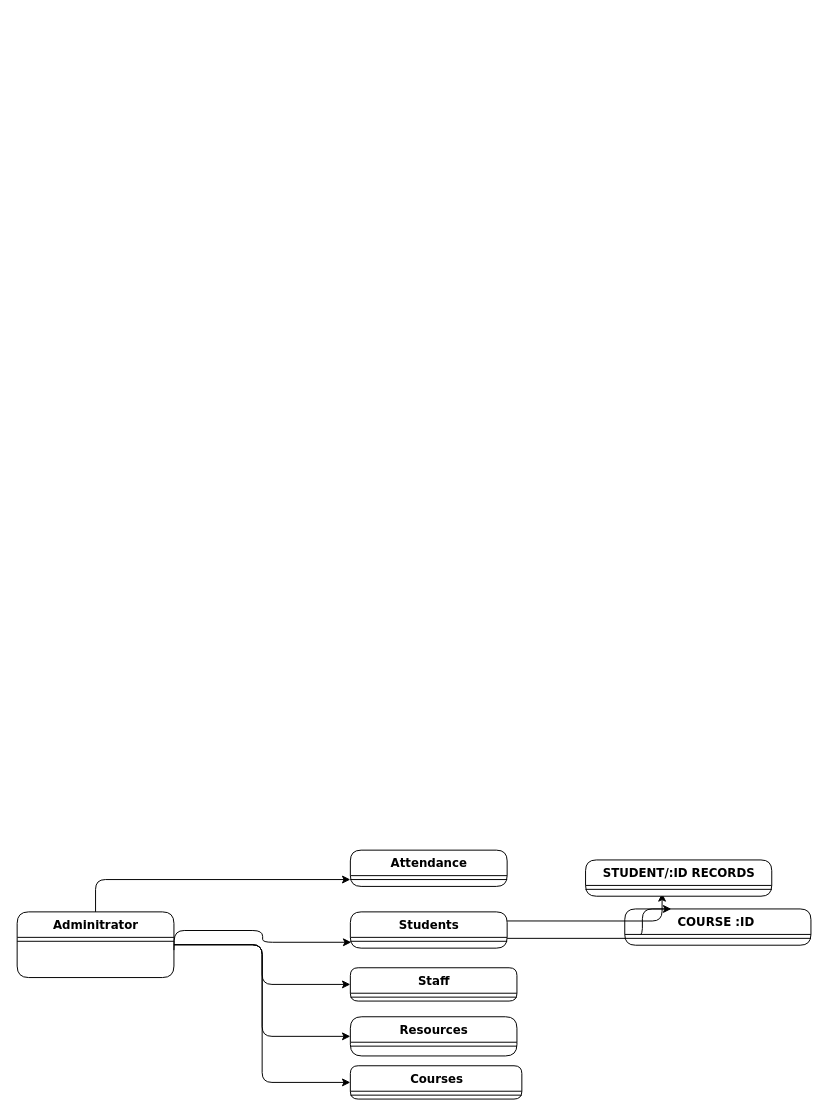
Above: extra/Untitled Diagram.drawio in Laxman67/SchoolCool (draw.io), before the change. Source tidied: cells renumbered, new cells numbered last; positions are measured from the earlier drawing's top-left corner, leaving out a move shared by most shapes. Both pictures are drawn from the tidied source at 98%, with x=0, y=0 at pixel (17, 850).
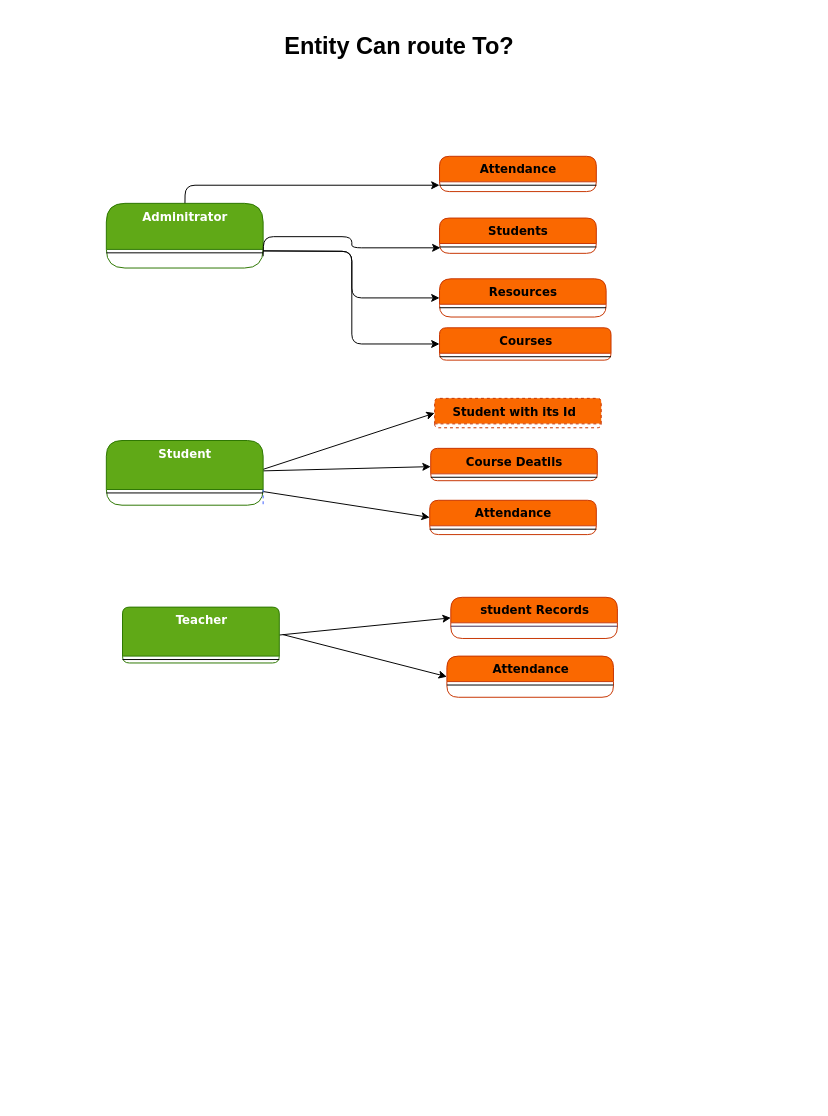
The same page after the edit.

What changed in the source:
```diff
@@
-    <mxCell id="2" style="edgeStyle=orthogonalEdgeStyle;rounded=1;jettySize=auto;html=1;entryX=0;entryY=0.5;entryDx=0;entryDy=0;" parent="1" edge="1" source="4" target="17">
-      <mxGeometry relative="1" as="geometry" />
+    <mxCell id="2" style="edgeStyle=orthogonalEdgeStyle;rounded=1;jettySize=auto;html=1;entryX=0;entryY=0.5;entryDx=0;entryDy=0;" parent="1" edge="1" target="17">
+      <mxGeometry relative="1" as="geometry">
+        <mxPoint x="251" y="-611.5" as="sourcePoint" />
+      </mxGeometry>
     </mxCell>
-    <mxCell id="3" style="edgeStyle=orthogonalEdgeStyle;rounded=1;jettySize=auto;html=1;" parent="1" edge="1" source="4" target="20">
-      <mxGeometry relative="1" as="geometry" />
+    <mxCell id="3" style="edgeStyle=orthogonalEdgeStyle;rounded=1;jettySize=auto;html=1;" parent="1" edge="1" target="20">
+      <mxGeometry relative="1" as="geometry">
+        <mxPoint x="171" y="-645" as="sourcePoint" />
+      </mxGeometry>
     </mxCell>
-    <mxCell id="4" value="Adminitrator" style="swimlane;html=1;fontStyle=1;align=center;verticalAlign=top;horizontal=1;startSize=26;swimlaneFillColor=#ffffff;rounded=1;shadow=0;comic=0;labelBackgroundColor=none;strokeWidth=1;fillColor=none;fontFamily=Verdana;fontSize=12;" parent="1" vertex="1">
-      <mxGeometry y="63" width="160" height="67" as="geometry" />
+    <mxCell id="4" value="Adminitrator" style="swimlane;html=1;fontStyle=1;align=center;verticalAlign=top;horizontal=1;startSize=47;swimlaneFillColor=#ffffff;rounded=1;shadow=0;comic=0;labelBackgroundColor=none;strokeWidth=1;fillColor=#60a917;fontFamily=Verdana;fontSize=12;fontColor=#ffffff;strokeColor=#2D7600;" parent="1" vertex="1">
+      <mxGeometry x="91" y="-660" width="160" height="66" as="geometry" />
     </mxCell>
     <mxCell id="5" style="line;html=1;strokeWidth=1;fillColor=none;align=left;verticalAlign=middle;spacingTop=-1;spacingLeft=3;spacingRight=3;labelPosition=right;rounded=1;" parent="4" vertex="1">
-      <mxGeometry y="26" width="160" height="8" as="geometry" />
+      <mxGeometry y="47" width="160" height="7" as="geometry" />
     </mxCell>
-    <mxCell id="6" style="edgeStyle=orthogonalEdgeStyle;rounded=1;jettySize=auto;html=1;entryX=0.411;entryY=1;entryDx=0;entryDy=0;entryPerimeter=0;exitX=1;exitY=0.25;exitDx=0;exitDy=0;" parent="1" edge="1" source="8" target="22">
-      <mxGeometry relative="1" as="geometry" />
-    </mxCell>
-    <mxCell id="7" style="edgeStyle=orthogonalEdgeStyle;rounded=1;jettySize=auto;html=1;entryX=0.25;entryY=0;entryDx=0;entryDy=0;" parent="1" edge="1" source="8" target="23">
-      <mxGeometry relative="1" as="geometry">
-        <Array as="points">
-          <mxPoint x="638" y="90" />
-        </Array>
-      </mxGeometry>
-    </mxCell>
-    <mxCell id="8" value="Students" style="swimlane;html=1;fontStyle=1;align=center;verticalAlign=top;horizontal=1;startSize=26;swimlaneFillColor=#ffffff;rounded=1;shadow=0;comic=0;labelBackgroundColor=none;strokeWidth=1;fillColor=none;fontFamily=Verdana;fontSize=12;" parent="1" vertex="1">
-      <mxGeometry x="340" y="63" width="160" height="37" as="geometry" />
+    <mxCell id="8" value="Students" style="swimlane;html=1;fontStyle=1;align=center;verticalAlign=top;horizontal=1;startSize=26;swimlaneFillColor=#ffffff;rounded=1;shadow=0;comic=0;labelBackgroundColor=none;strokeWidth=1;fillColor=#fa6800;fontFamily=Verdana;fontSize=12;fontColor=#000000;strokeColor=#C73500;" parent="1" vertex="1">
+      <mxGeometry x="431" y="-645" width="160" height="36" as="geometry" />
     </mxCell>
     <mxCell id="9" style="line;html=1;strokeWidth=1;fillColor=none;align=left;verticalAlign=middle;spacingTop=-1;spacingLeft=3;spacingRight=3;labelPosition=right;points=[];portConstraint=eastwest;rounded=1;" parent="8" vertex="1">
-      <mxGeometry y="26" width="160" height="8" as="geometry" />
+      <mxGeometry y="26" width="160" height="7" as="geometry" />
     </mxCell>
-    <mxCell id="10" value="Staff" style="swimlane;html=1;fontStyle=1;align=center;verticalAlign=top;horizontal=1;startSize=26;swimlaneFillColor=#ffffff;rounded=1;shadow=0;comic=0;labelBackgroundColor=none;strokeWidth=1;fillColor=none;fontFamily=Verdana;fontSize=12;" parent="1" vertex="1">
-      <mxGeometry x="340" y="120" width="170" height="34" as="geometry" />
+    <mxCell id="10" value="Student with its Id&lt;span style=&quot;white-space: pre;&quot;&gt;&#9;&lt;/span&gt;" style="swimlane;html=1;fontStyle=1;align=center;verticalAlign=top;horizontal=1;startSize=26;swimlaneFillColor=#ffffff;rounded=1;shadow=0;comic=0;labelBackgroundColor=none;strokeWidth=1;fillColor=#fa6800;fontFamily=Verdana;fontSize=12;fontColor=#000000;strokeColor=#C73500;dashed=1;" parent="1" vertex="1" collapsed="1">
+      <mxGeometry x="426" y="-461" width="170" height="30" as="geometry" />
     </mxCell>
-    <mxCell id="11" style="line;html=1;strokeWidth=1;fillColor=none;align=left;verticalAlign=middle;spacingTop=-1;spacingLeft=3;spacingRight=3;labelPosition=right;rounded=1;" parent="10" vertex="1">
-      <mxGeometry y="26" width="170" height="8" as="geometry" />
-    </mxCell>
     <mxCell id="12" style="edgeStyle=orthogonalEdgeStyle;rounded=1;jettySize=auto;html=1;entryX=0.006;entryY=0.625;entryDx=0;entryDy=0;entryPerimeter=0;" parent="1" edge="1" target="9">
       <mxGeometry relative="1" as="geometry">
-        <mxPoint x="160" y="102" as="sourcePoint" />
+        <mxPoint x="251" y="-606" as="sourcePoint" />
       </mxGeometry>
     </mxCell>
-    <mxCell id="13" value="Resources" style="swimlane;html=1;fontStyle=1;align=center;verticalAlign=top;horizontal=1;startSize=26;swimlaneFillColor=#ffffff;rounded=1;shadow=0;comic=0;labelBackgroundColor=none;strokeWidth=1;fillColor=none;fontFamily=Verdana;fontSize=12;" parent="1" vertex="1">
-      <mxGeometry x="340" y="170" width="170" height="40" as="geometry" />
+    <mxCell id="13" value="Resources" style="swimlane;html=1;fontStyle=1;align=center;verticalAlign=top;horizontal=1;startSize=26;swimlaneFillColor=#ffffff;rounded=1;shadow=0;comic=0;labelBackgroundColor=none;strokeWidth=1;fillColor=#fa6800;fontFamily=Verdana;fontSize=12;fontColor=#000000;strokeColor=#C73500;" parent="1" vertex="1">
+      <mxGeometry x="431" y="-583" width="170" height="39" as="geometry" />
     </mxCell>
     <mxCell id="14" style="line;html=1;strokeWidth=1;fillColor=none;align=left;verticalAlign=middle;spacingTop=-1;spacingLeft=3;spacingRight=3;labelPosition=right;rounded=1;" parent="13" vertex="1">
-      <mxGeometry y="26" width="170" height="8" as="geometry" />
+      <mxGeometry y="26" width="170" height="7" as="geometry" />
     </mxCell>
-    <mxCell id="15" style="edgeStyle=orthogonalEdgeStyle;rounded=1;jettySize=auto;html=1;exitX=1;exitY=0.5;exitDx=0;exitDy=0;" parent="1" edge="1" source="4" target="10">
-      <mxGeometry relative="1" as="geometry" />
-    </mxCell>
-    <mxCell id="16" style="edgeStyle=orthogonalEdgeStyle;rounded=1;jettySize=auto;html=1;entryX=0;entryY=0.5;entryDx=0;entryDy=0;exitX=1;exitY=0.5;exitDx=0;exitDy=0;" parent="1" edge="1" source="4" target="13">
-      <mxGeometry relative="1" as="geometry" />
+    <mxCell id="16" style="edgeStyle=orthogonalEdgeStyle;rounded=1;jettySize=auto;html=1;entryX=0;entryY=0.5;entryDx=0;entryDy=0;exitX=1;exitY=0.5;exitDx=0;exitDy=0;" parent="1" edge="1" target="13">
+      <mxGeometry relative="1" as="geometry">
+        <mxPoint x="251" y="-611.5" as="sourcePoint" />
+      </mxGeometry>
     </mxCell>
-    <mxCell id="17" value="Courses" style="swimlane;html=1;fontStyle=1;align=center;verticalAlign=top;horizontal=1;startSize=26;swimlaneFillColor=#ffffff;rounded=1;shadow=0;comic=0;labelBackgroundColor=none;strokeWidth=1;fillColor=none;fontFamily=Verdana;fontSize=12;" parent="1" vertex="1">
-      <mxGeometry x="340" y="220" width="175" height="34" as="geometry" />
+    <mxCell id="17" value="Courses" style="swimlane;html=1;fontStyle=1;align=center;verticalAlign=top;horizontal=1;startSize=26;swimlaneFillColor=#ffffff;rounded=1;shadow=0;comic=0;labelBackgroundColor=none;strokeWidth=1;fillColor=#fa6800;fontFamily=Verdana;fontSize=12;fontColor=#000000;strokeColor=#C73500;" parent="1" vertex="1">
+      <mxGeometry x="431" y="-533" width="175" height="33" as="geometry" />
     </mxCell>
     <mxCell id="18" style="line;html=1;strokeWidth=1;fillColor=none;align=left;verticalAlign=middle;spacingTop=-1;spacingLeft=3;spacingRight=3;labelPosition=right;rounded=1;" parent="17" vertex="1">
-      <mxGeometry y="26" width="175" height="8" as="geometry" />
+      <mxGeometry y="26" width="175" height="7" as="geometry" />
     </mxCell>
-    <mxCell id="19" value="Attendance" style="swimlane;html=1;fontStyle=1;align=center;verticalAlign=top;horizontal=1;startSize=26;swimlaneFillColor=#ffffff;rounded=1;shadow=0;comic=0;labelBackgroundColor=none;strokeWidth=1;fillColor=none;fontFamily=Verdana;fontSize=12;" parent="1" vertex="1">
-      <mxGeometry x="340" width="160" height="37" as="geometry" />
+    <mxCell id="19" value="Attendance" style="swimlane;html=1;fontStyle=1;align=center;verticalAlign=top;horizontal=1;startSize=26;swimlaneFillColor=#ffffff;rounded=1;shadow=0;comic=0;labelBackgroundColor=none;strokeWidth=1;fillColor=#fa6800;fontFamily=Verdana;fontSize=12;fontColor=#000000;strokeColor=#C73500;" parent="1" vertex="1">
+      <mxGeometry x="431" y="-708" width="160" height="36" as="geometry" />
     </mxCell>
     <mxCell id="20" style="line;html=1;strokeWidth=1;fillColor=none;align=left;verticalAlign=middle;spacingTop=-1;spacingLeft=3;spacingRight=3;labelPosition=right;points=[];portConstraint=eastwest;rounded=1;" parent="19" vertex="1">
-      <mxGeometry y="26" width="160" height="8" as="geometry" />
+      <mxGeometry y="26" width="160" height="7" as="geometry" />
     </mxCell>
-    <mxCell id="21" value="STUDENT/:ID RECORDS" style="swimlane;html=1;fontStyle=1;align=center;verticalAlign=top;horizontal=1;startSize=26;swimlaneFillColor=#ffffff;rounded=1;shadow=0;comic=0;labelBackgroundColor=none;strokeWidth=1;fillColor=none;fontFamily=Verdana;fontSize=12;" parent="1" vertex="1">
-      <mxGeometry x="580" y="10" width="190" height="37" as="geometry" />
-    </mxCell>
-    <mxCell id="22" style="line;html=1;strokeWidth=1;fillColor=none;align=left;verticalAlign=middle;spacingTop=-1;spacingLeft=3;spacingRight=3;labelPosition=right;points=[];portConstraint=eastwest;rounded=1;" parent="21" vertex="1">
-      <mxGeometry y="26" width="190" height="8" as="geometry" />
-    </mxCell>
-    <mxCell id="23" value="COURSE :ID&amp;nbsp;&lt;div&gt;&lt;br&gt;&lt;/div&gt;" style="swimlane;html=1;fontStyle=1;align=center;verticalAlign=top;horizontal=1;startSize=26;swimlaneFillColor=#ffffff;rounded=1;shadow=0;comic=0;labelBackgroundColor=none;strokeWidth=1;fillColor=none;fontFamily=Verdana;fontSize=12;" parent="1" vertex="1">
-      <mxGeometry x="620" y="60" width="190" height="37" as="geometry" />
-    </mxCell>
-    <mxCell id="24" style="line;html=1;strokeWidth=1;fillColor=none;align=left;verticalAlign=middle;spacingTop=-1;spacingLeft=3;spacingRight=3;labelPosition=right;rounded=1;" parent="23" vertex="1">
-      <mxGeometry y="26" width="190" height="8" as="geometry" />
-    </mxCell>
+    <mxCell id="25" style="edgeStyle=none;html=1;entryX=0;entryY=0.5;entryDx=0;entryDy=0;" parent="1" edge="1" target="10">
+      <mxGeometry relative="1" as="geometry">
+        <mxPoint x="242" y="-385.6" as="sourcePoint" />
+      </mxGeometry>
+    </mxCell>
+    <mxCell id="26" style="edgeStyle=none;html=1;entryX=0;entryY=0.5;entryDx=0;entryDy=0;" parent="1" edge="1" target="27">
+      <mxGeometry relative="1" as="geometry">
+        <mxPoint x="242" y="-367.3" as="sourcePoint" />
+      </mxGeometry>
+    </mxCell>
+    <mxCell id="27" value="Attendance" style="swimlane;html=1;fontStyle=1;align=center;verticalAlign=top;horizontal=1;startSize=26;swimlaneFillColor=#ffffff;rounded=1;shadow=0;comic=0;labelBackgroundColor=none;strokeWidth=1;fillColor=#fa6800;fontFamily=Verdana;fontSize=12;fontColor=#000000;strokeColor=#C73500;" parent="1" vertex="1">
+      <mxGeometry x="421" y="-357" width="170" height="35" as="geometry" />
+    </mxCell>
+    <mxCell id="28" style="line;html=1;strokeWidth=1;fillColor=none;align=left;verticalAlign=middle;spacingTop=-1;spacingLeft=3;spacingRight=3;labelPosition=right;rounded=1;" parent="27" vertex="1">
+      <mxGeometry y="26" width="170" height="7" as="geometry" />
+    </mxCell>
+    <mxCell id="29" style="edgeStyle=none;html=1;" parent="1" edge="1" source="30" target="41">
+      <mxGeometry relative="1" as="geometry" />
+    </mxCell>
+    <mxCell id="30" value="Student" style="swimlane;html=1;fontStyle=1;align=center;verticalAlign=top;horizontal=1;startSize=50;swimlaneFillColor=#ffffff;rounded=1;shadow=0;comic=0;labelBackgroundColor=none;strokeWidth=1;fillColor=#60a917;fontFamily=Verdana;fontSize=12;fontColor=#ffffff;strokeColor=#2D7600;separatorColor=#4060FF;" parent="1" vertex="1">
+      <mxGeometry x="91" y="-418" width="160" height="66" as="geometry" />
+    </mxCell>
+    <mxCell id="31" style="line;html=1;strokeWidth=1;fillColor=none;align=left;verticalAlign=middle;spacingTop=-1;spacingLeft=3;spacingRight=3;labelPosition=right;rounded=1;" parent="30" vertex="1">
+      <mxGeometry y="50" width="160" height="7" as="geometry" />
+    </mxCell>
+    <mxCell id="32" value="&lt;h1&gt;Entity Can route To?&lt;/h1&gt;" style="text;html=1;strokeColor=none;fillColor=none;spacing=5;spacingTop=-20;whiteSpace=wrap;overflow=hidden;rounded=0;" parent="1" vertex="1">
+      <mxGeometry x="267.5" y="-840" width="300" height="119" as="geometry" />
+    </mxCell>
+    <mxCell id="33" value="student Records" style="swimlane;html=1;fontStyle=1;align=center;verticalAlign=top;horizontal=1;startSize=26;swimlaneFillColor=#ffffff;rounded=1;shadow=0;comic=0;labelBackgroundColor=none;strokeWidth=1;fillColor=#fa6800;fontFamily=Verdana;fontSize=12;fontColor=#000000;strokeColor=#C73500;" parent="1" vertex="1">
+      <mxGeometry x="442.5" y="-258" width="170" height="42" as="geometry" />
+    </mxCell>
+    <mxCell id="34" style="line;html=1;strokeWidth=1;fillColor=#76608a;align=left;verticalAlign=middle;spacingTop=-1;spacingLeft=3;spacingRight=3;labelPosition=right;rounded=1;fontColor=#ffffff;strokeColor=#432D57;" parent="33" vertex="1">
+      <mxGeometry y="26" width="170" height="7" as="geometry" />
+    </mxCell>
+    <mxCell id="35" style="edgeStyle=none;html=1;entryX=0;entryY=0.5;entryDx=0;entryDy=0;exitX=1;exitY=0.5;exitDx=0;exitDy=0;" parent="1" edge="1" source="39" target="33">
+      <mxGeometry relative="1" as="geometry" />
+    </mxCell>
+    <mxCell id="36" style="edgeStyle=none;html=1;entryX=0;entryY=0.5;entryDx=0;entryDy=0;" parent="1" edge="1" target="37">
+      <mxGeometry relative="1" as="geometry">
+        <mxPoint x="271" y="-220" as="sourcePoint" />
+      </mxGeometry>
+    </mxCell>
+    <mxCell id="37" value="Attendance" style="swimlane;html=1;fontStyle=1;align=center;verticalAlign=top;horizontal=1;startSize=26;swimlaneFillColor=#ffffff;rounded=1;shadow=0;comic=0;labelBackgroundColor=none;strokeWidth=1;fillColor=#fa6800;fontFamily=Verdana;fontSize=12;fontColor=#000000;strokeColor=#C73500;" parent="1" vertex="1">
+      <mxGeometry x="438.5" y="-198" width="170" height="42" as="geometry" />
+    </mxCell>
+    <mxCell id="38" style="line;html=1;strokeWidth=1;fillColor=none;align=left;verticalAlign=middle;spacingTop=-1;spacingLeft=3;spacingRight=3;labelPosition=right;rounded=1;" parent="37" vertex="1">
+      <mxGeometry y="26" width="170" height="7" as="geometry" />
+    </mxCell>
+    <mxCell id="39" value="Teacher" style="swimlane;html=1;fontStyle=1;align=center;verticalAlign=top;horizontal=1;startSize=50;swimlaneFillColor=#ffffff;rounded=1;shadow=0;comic=0;labelBackgroundColor=none;strokeWidth=1;fillColor=#60a917;fontFamily=Verdana;fontSize=12;fontColor=#ffffff;strokeColor=#2D7600;" parent="1" vertex="1">
+      <mxGeometry x="107.5" y="-248" width="160" height="57" as="geometry" />
+    </mxCell>
+    <mxCell id="40" style="line;html=1;strokeWidth=1;fillColor=none;align=left;verticalAlign=middle;spacingTop=-1;spacingLeft=3;spacingRight=3;labelPosition=right;rounded=1;" parent="39" vertex="1">
+      <mxGeometry y="50" width="160" height="7" as="geometry" />
+    </mxCell>
+    <mxCell id="41" value="Course Deatils" style="swimlane;html=1;fontStyle=1;align=center;verticalAlign=top;horizontal=1;startSize=26;swimlaneFillColor=#ffffff;rounded=1;shadow=0;comic=0;labelBackgroundColor=none;strokeWidth=1;fillColor=#fa6800;fontFamily=Verdana;fontSize=12;fontColor=#000000;strokeColor=#C73500;" parent="1" vertex="1">
+      <mxGeometry x="422" y="-410" width="170" height="33" as="geometry" />
+    </mxCell>
+    <mxCell id="42" style="line;html=1;strokeWidth=1;fillColor=none;align=left;verticalAlign=middle;spacingTop=-1;spacingLeft=3;spacingRight=3;labelPosition=right;rounded=1;" parent="41" vertex="1">
+      <mxGeometry y="26" width="170" height="7" as="geometry" />
+    </mxCell>
```
